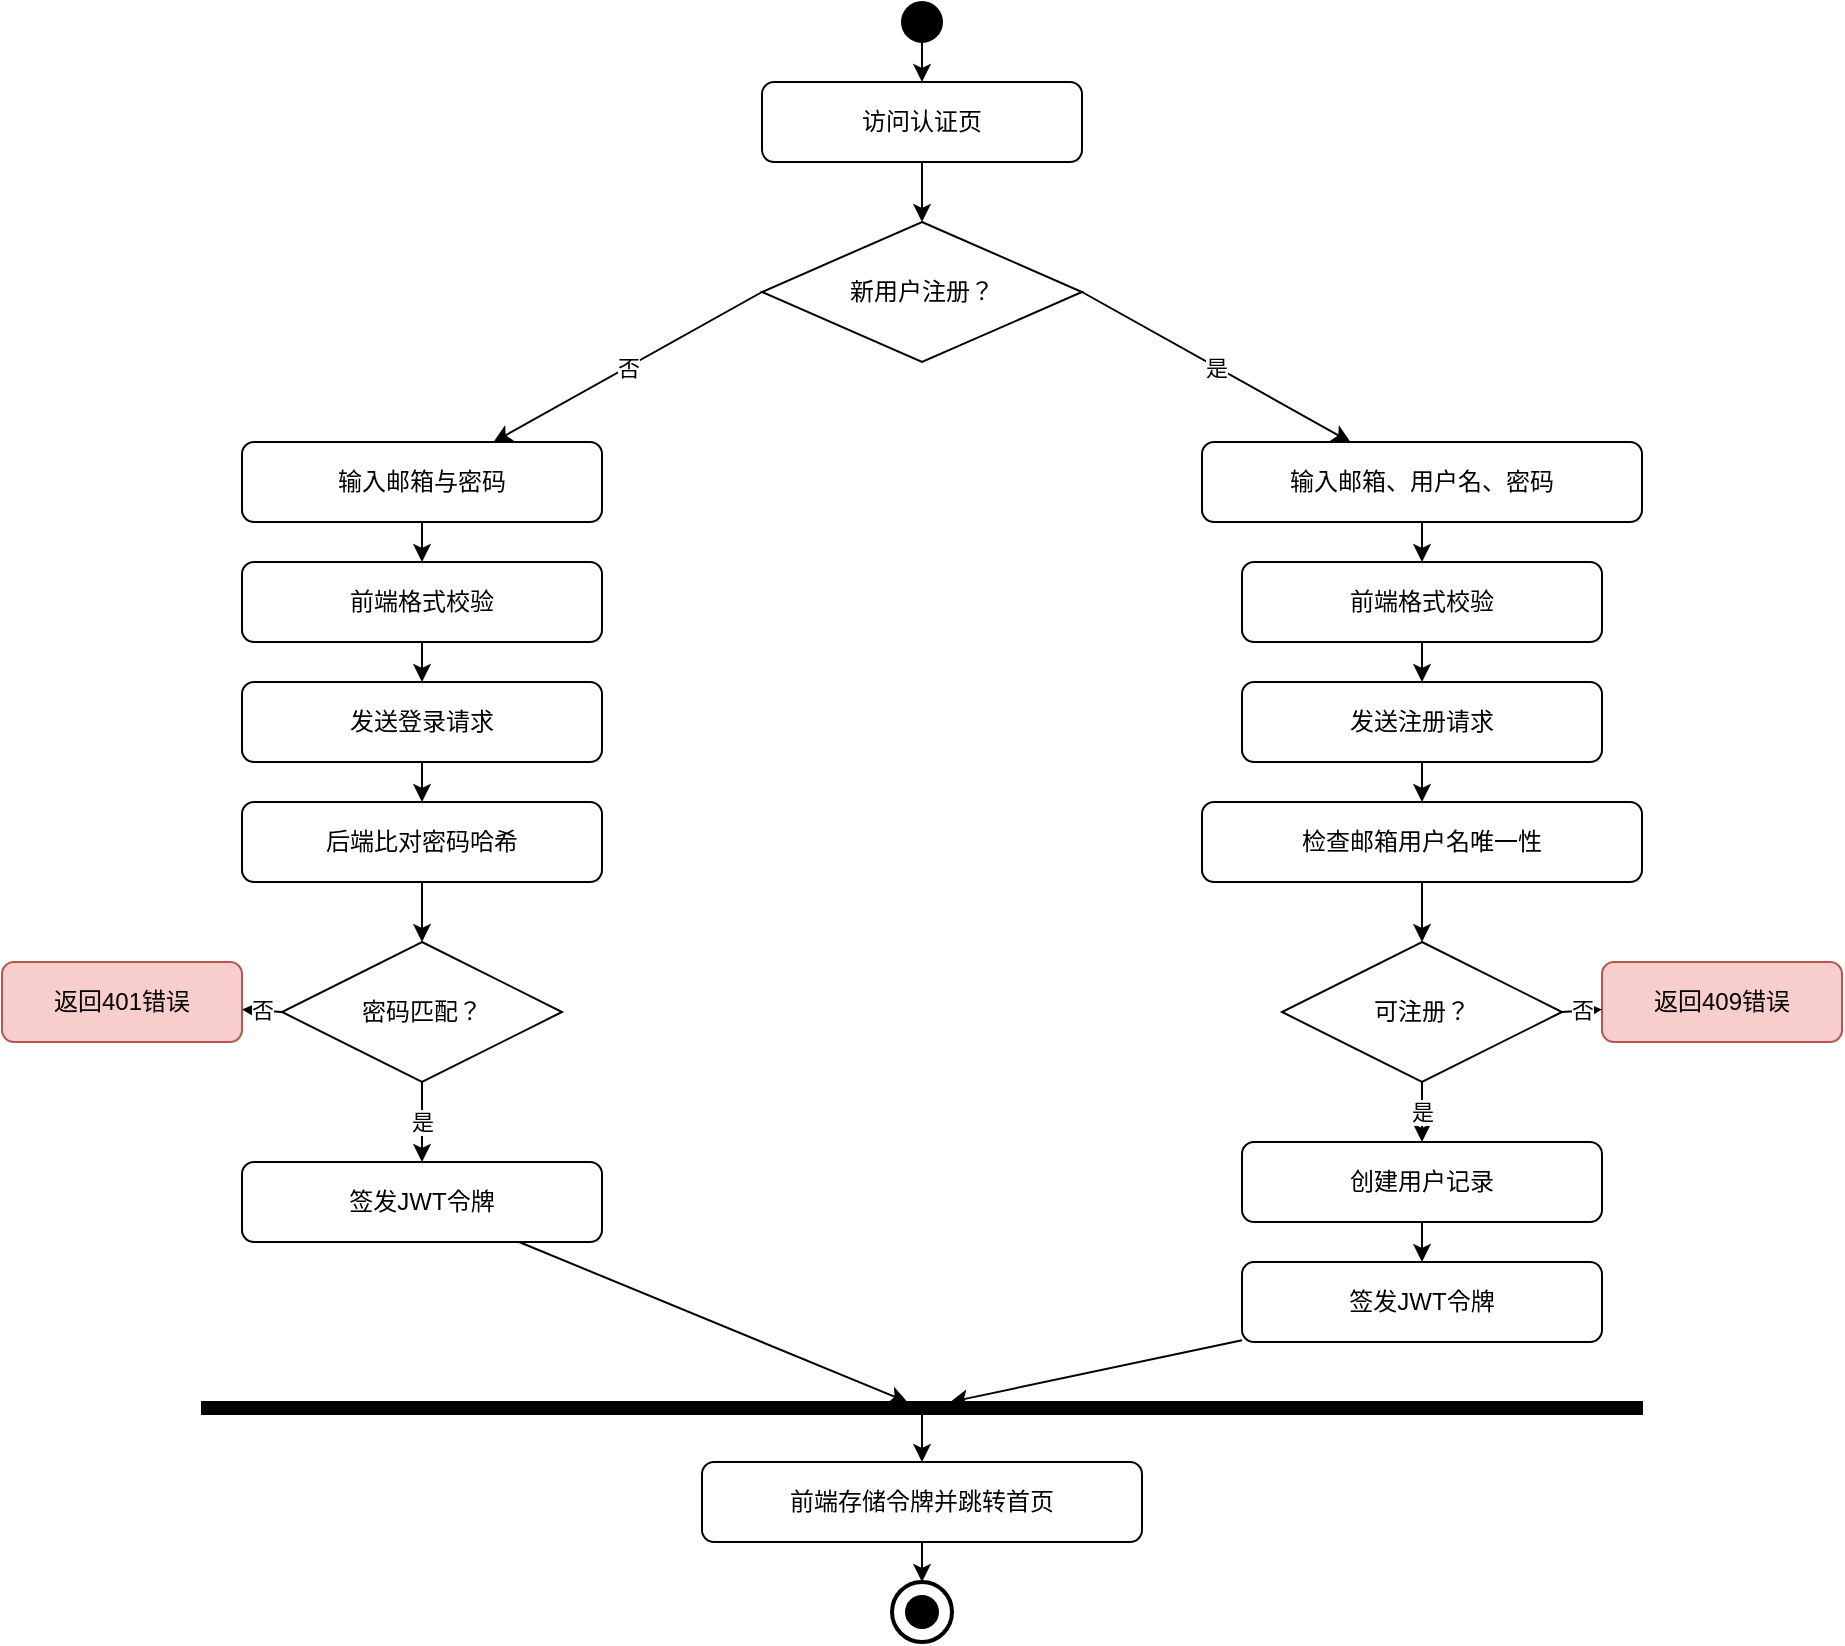
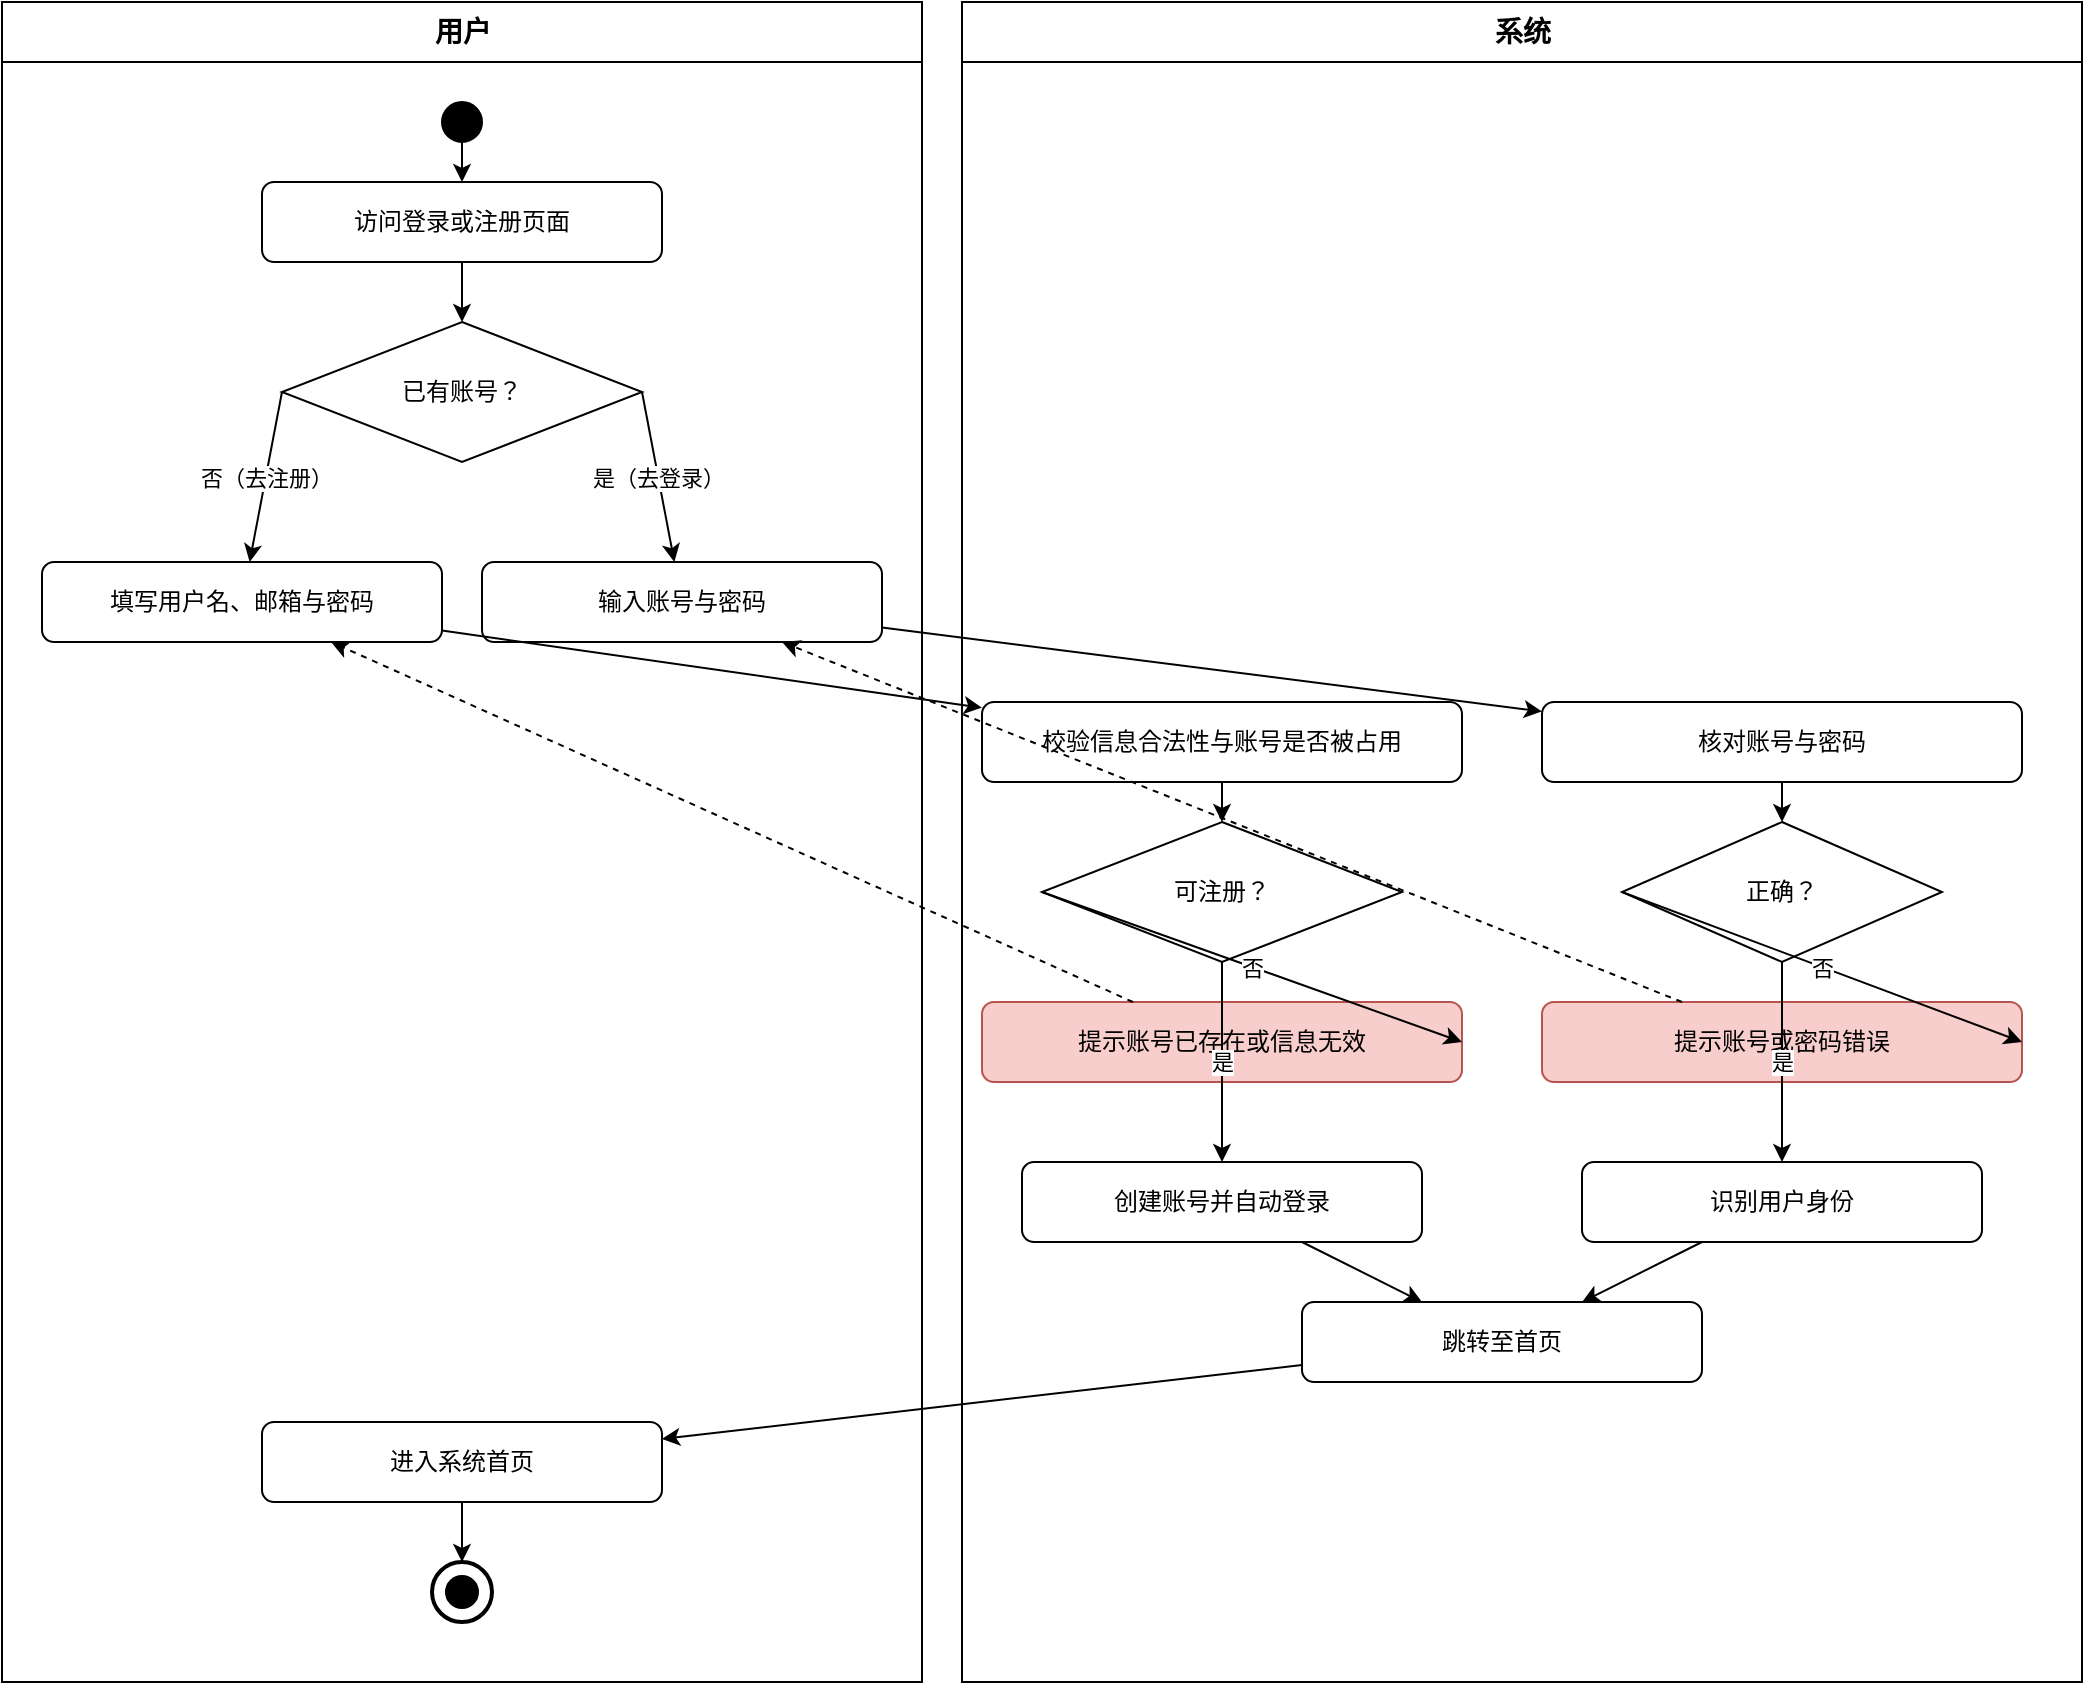
<mxfile host="app.diagrams.net" type="device">
  <diagram name="用户注册登录活动图" id="actLogin">
-     <mxGraphModel dx="1100" dy="900" grid="1" gridSize="10" guides="1" tooltips="1" connect="1" arrows="1" fold="1" page="1" pageScale="1" pageWidth="950" pageHeight="900" math="0" shadow="0">
+     <mxGraphModel dx="1100" dy="900" grid="1" gridSize="10" guides="1" tooltips="1" connect="1" arrows="1" fold="1" page="1" pageScale="1" pageWidth="1100" pageHeight="900" math="0" shadow="0">
      <root>
        <mxCell id="0"/>
        <mxCell id="1" parent="0"/>
-         <mxCell id="n1" value="" style="ellipse;whiteSpace=wrap;html=1;fillColor=#000000;strokeColor=#000000;" vertex="1" parent="1"><mxGeometry x="450" y="20" width="20" height="20" as="geometry"/></mxCell>
-         <mxCell id="n2" value="访问认证页" style="rounded=1;whiteSpace=wrap;html=1;fontSize=12;" vertex="1" parent="1"><mxGeometry x="380" y="60" width="160" height="40" as="geometry"/></mxCell>
-         <mxCell id="n3" value="新用户注册？" style="rhombus;whiteSpace=wrap;html=1;fontSize=12;" vertex="1" parent="1"><mxGeometry x="380" y="130" width="160" height="70" as="geometry"/></mxCell>
-         <mxCell id="n4" value="输入邮箱与密码" style="rounded=1;whiteSpace=wrap;html=1;fontSize=12;" vertex="1" parent="1"><mxGeometry x="120" y="240" width="180" height="40" as="geometry"/></mxCell>
-         <mxCell id="n5" value="前端格式校验" style="rounded=1;whiteSpace=wrap;html=1;fontSize=12;" vertex="1" parent="1"><mxGeometry x="120" y="300" width="180" height="40" as="geometry"/></mxCell>
-         <mxCell id="n6" value="发送登录请求" style="rounded=1;whiteSpace=wrap;html=1;fontSize=12;" vertex="1" parent="1"><mxGeometry x="120" y="360" width="180" height="40" as="geometry"/></mxCell>
-         <mxCell id="n7" value="后端比对密码哈希" style="rounded=1;whiteSpace=wrap;html=1;fontSize=12;" vertex="1" parent="1"><mxGeometry x="120" y="420" width="180" height="40" as="geometry"/></mxCell>
-         <mxCell id="n8" value="密码匹配？" style="rhombus;whiteSpace=wrap;html=1;fontSize=12;" vertex="1" parent="1"><mxGeometry x="140" y="490" width="140" height="70" as="geometry"/></mxCell>
-         <mxCell id="n9" value="返回401错误" style="rounded=1;whiteSpace=wrap;html=1;fillColor=#f8cecc;strokeColor=#b85450;fontSize=12;" vertex="1" parent="1"><mxGeometry x="0" y="500" width="120" height="40" as="geometry"/></mxCell>
-         <mxCell id="n10" value="签发JWT令牌" style="rounded=1;whiteSpace=wrap;html=1;fontSize=12;" vertex="1" parent="1"><mxGeometry x="120" y="600" width="180" height="40" as="geometry"/></mxCell>
-         <mxCell id="n11" value="输入邮箱、用户名、密码" style="rounded=1;whiteSpace=wrap;html=1;fontSize=12;" vertex="1" parent="1"><mxGeometry x="600" y="240" width="220" height="40" as="geometry"/></mxCell>
-         <mxCell id="n12" value="前端格式校验" style="rounded=1;whiteSpace=wrap;html=1;fontSize=12;" vertex="1" parent="1"><mxGeometry x="620" y="300" width="180" height="40" as="geometry"/></mxCell>
-         <mxCell id="n13" value="发送注册请求" style="rounded=1;whiteSpace=wrap;html=1;fontSize=12;" vertex="1" parent="1"><mxGeometry x="620" y="360" width="180" height="40" as="geometry"/></mxCell>
-         <mxCell id="n14" value="检查邮箱用户名唯一性" style="rounded=1;whiteSpace=wrap;html=1;fontSize=12;" vertex="1" parent="1"><mxGeometry x="600" y="420" width="220" height="40" as="geometry"/></mxCell>
-         <mxCell id="n15" value="可注册？" style="rhombus;whiteSpace=wrap;html=1;fontSize=12;" vertex="1" parent="1"><mxGeometry x="640" y="490" width="140" height="70" as="geometry"/></mxCell>
-         <mxCell id="n16" value="返回409错误" style="rounded=1;whiteSpace=wrap;html=1;fillColor=#f8cecc;strokeColor=#b85450;fontSize=12;" vertex="1" parent="1"><mxGeometry x="800" y="500" width="120" height="40" as="geometry"/></mxCell>
-         <mxCell id="n17" value="创建用户记录" style="rounded=1;whiteSpace=wrap;html=1;fontSize=12;" vertex="1" parent="1"><mxGeometry x="620" y="590" width="180" height="40" as="geometry"/></mxCell>
-         <mxCell id="n18" value="签发JWT令牌" style="rounded=1;whiteSpace=wrap;html=1;fontSize=12;" vertex="1" parent="1"><mxGeometry x="620" y="650" width="180" height="40" as="geometry"/></mxCell>
-         <mxCell id="n19" value="" style="rounded=0;whiteSpace=wrap;html=1;fillColor=#000000;strokeColor=#000000;" vertex="1" parent="1"><mxGeometry x="100" y="720" width="720" height="6" as="geometry"/></mxCell>
-         <mxCell id="n20" value="前端存储令牌并跳转首页" style="rounded=1;whiteSpace=wrap;html=1;fontSize=12;" vertex="1" parent="1"><mxGeometry x="350" y="750" width="220" height="40" as="geometry"/></mxCell>
-         <mxCell id="n21" value="" style="ellipse;whiteSpace=wrap;html=1;fillColor=#ffffff;strokeColor=#000000;strokeWidth=2;" vertex="1" parent="1"><mxGeometry x="445" y="810" width="30" height="30" as="geometry"/></mxCell>
-         <mxCell id="n22" value="" style="ellipse;whiteSpace=wrap;html=1;fillColor=#000000;strokeColor=#000000;" vertex="1" parent="1"><mxGeometry x="452" y="817" width="16" height="16" as="geometry"/></mxCell>
-         <mxCell id="g1" style="endArrow=classic;html=1;" edge="1" parent="1" source="n1" target="n2"><mxGeometry relative="1" as="geometry"/></mxCell>
-         <mxCell id="g2" style="endArrow=classic;html=1;" edge="1" parent="1" source="n2" target="n3"><mxGeometry relative="1" as="geometry"/></mxCell>
-         <mxCell id="g3" value="否" style="endArrow=classic;html=1;exitX=0;exitY=0.5;exitDx=0;exitDy=0;" edge="1" parent="1" source="n3" target="n4"><mxGeometry relative="1" as="geometry"/></mxCell>
-         <mxCell id="g4" value="是" style="endArrow=classic;html=1;exitX=1;exitY=0.5;exitDx=0;exitDy=0;" edge="1" parent="1" source="n3" target="n11"><mxGeometry relative="1" as="geometry"/></mxCell>
-         <mxCell id="g5" style="endArrow=classic;html=1;" edge="1" parent="1" source="n4" target="n5"><mxGeometry relative="1" as="geometry"/></mxCell>
-         <mxCell id="g6" style="endArrow=classic;html=1;" edge="1" parent="1" source="n5" target="n6"><mxGeometry relative="1" as="geometry"/></mxCell>
-         <mxCell id="g7" style="endArrow=classic;html=1;" edge="1" parent="1" source="n6" target="n7"><mxGeometry relative="1" as="geometry"/></mxCell>
-         <mxCell id="g8" style="endArrow=classic;html=1;" edge="1" parent="1" source="n7" target="n8"><mxGeometry relative="1" as="geometry"/></mxCell>
-         <mxCell id="g9" value="否" style="endArrow=classic;html=1;exitX=0;exitY=0.5;exitDx=0;exitDy=0;" edge="1" parent="1" source="n8" target="n9"><mxGeometry relative="1" as="geometry"/></mxCell>
-         <mxCell id="g10" value="是" style="endArrow=classic;html=1;" edge="1" parent="1" source="n8" target="n10"><mxGeometry relative="1" as="geometry"/></mxCell>
-         <mxCell id="g11" style="endArrow=classic;html=1;" edge="1" parent="1" source="n11" target="n12"><mxGeometry relative="1" as="geometry"/></mxCell>
-         <mxCell id="g12" style="endArrow=classic;html=1;" edge="1" parent="1" source="n12" target="n13"><mxGeometry relative="1" as="geometry"/></mxCell>
-         <mxCell id="g13" style="endArrow=classic;html=1;" edge="1" parent="1" source="n13" target="n14"><mxGeometry relative="1" as="geometry"/></mxCell>
-         <mxCell id="g14" style="endArrow=classic;html=1;" edge="1" parent="1" source="n14" target="n15"><mxGeometry relative="1" as="geometry"/></mxCell>
-         <mxCell id="g15" value="是" style="endArrow=classic;html=1;" edge="1" parent="1" source="n15" target="n17"><mxGeometry relative="1" as="geometry"/></mxCell>
-         <mxCell id="g16" value="否" style="endArrow=classic;html=1;exitX=1;exitY=0.5;exitDx=0;exitDy=0;" edge="1" parent="1" source="n15" target="n16"><mxGeometry relative="1" as="geometry"/></mxCell>
-         <mxCell id="g17" style="endArrow=classic;html=1;" edge="1" parent="1" source="n17" target="n18"><mxGeometry relative="1" as="geometry"/></mxCell>
-         <mxCell id="g18" style="endArrow=classic;html=1;" edge="1" parent="1" source="n10" target="n19"><mxGeometry relative="1" as="geometry"/></mxCell>
-         <mxCell id="g19" style="endArrow=classic;html=1;" edge="1" parent="1" source="n18" target="n19"><mxGeometry relative="1" as="geometry"/></mxCell>
-         <mxCell id="g20" style="endArrow=classic;html=1;" edge="1" parent="1" source="n19" target="n20"><mxGeometry relative="1" as="geometry"/></mxCell>
-         <mxCell id="g21" style="endArrow=classic;html=1;" edge="1" parent="1" source="n20" target="n21"><mxGeometry relative="1" as="geometry"/></mxCell>
+         <mxCell id="lu" value="用户" style="swimlane;html=1;startSize=30;horizontal=1;fontSize=14;fontStyle=1;fillColor=#ffffff;strokeColor=#000000;swimlaneFillColor=#ffffff;" vertex="1" parent="1"><mxGeometry x="20" y="20" width="460" height="840" as="geometry"/></mxCell>
+         <mxCell id="ls" value="系统" style="swimlane;html=1;startSize=30;horizontal=1;fontSize=14;fontStyle=1;fillColor=#ffffff;strokeColor=#000000;swimlaneFillColor=#ffffff;" vertex="1" parent="1"><mxGeometry x="500" y="20" width="560" height="840" as="geometry"/></mxCell>
+         <mxCell id="u_start" value="" style="ellipse;html=1;fillColor=#000000;strokeColor=#000000;" vertex="1" parent="lu"><mxGeometry x="220" y="50" width="20" height="20" as="geometry"/></mxCell>
+         <mxCell id="u_visit" value="访问登录或注册页面" style="rounded=1;whiteSpace=wrap;html=1;fontSize=12;" vertex="1" parent="lu"><mxGeometry x="130" y="90" width="200" height="40" as="geometry"/></mxCell>
+         <mxCell id="u_dec" value="已有账号？" style="rhombus;whiteSpace=wrap;html=1;fontSize=12;" vertex="1" parent="lu"><mxGeometry x="140" y="160" width="180" height="70" as="geometry"/></mxCell>
+         <mxCell id="u_reg" value="填写用户名、邮箱与密码" style="rounded=1;whiteSpace=wrap;html=1;fontSize=12;" vertex="1" parent="lu"><mxGeometry x="20" y="280" width="200" height="40" as="geometry"/></mxCell>
+         <mxCell id="u_log" value="输入账号与密码" style="rounded=1;whiteSpace=wrap;html=1;fontSize=12;" vertex="1" parent="lu"><mxGeometry x="240" y="280" width="200" height="40" as="geometry"/></mxCell>
+         <mxCell id="u_home" value="进入系统首页" style="rounded=1;whiteSpace=wrap;html=1;fontSize=12;" vertex="1" parent="lu"><mxGeometry x="130" y="710" width="200" height="40" as="geometry"/></mxCell>
+         <mxCell id="u_end_outer" value="" style="ellipse;html=1;fillColor=#ffffff;strokeColor=#000000;strokeWidth=2;" vertex="1" parent="lu"><mxGeometry x="215" y="780" width="30" height="30" as="geometry"/></mxCell>
+         <mxCell id="u_end_inner" value="" style="ellipse;html=1;fillColor=#000000;strokeColor=#000000;" vertex="1" parent="lu"><mxGeometry x="222" y="787" width="16" height="16" as="geometry"/></mxCell>
+         <mxCell id="s_reg_check" value="校验信息合法性与账号是否被占用" style="rounded=1;whiteSpace=wrap;html=1;fontSize=12;" vertex="1" parent="ls"><mxGeometry x="10" y="350" width="240" height="40" as="geometry"/></mxCell>
+         <mxCell id="s_reg_dec" value="可注册？" style="rhombus;whiteSpace=wrap;html=1;fontSize=12;" vertex="1" parent="ls"><mxGeometry x="40" y="410" width="180" height="70" as="geometry"/></mxCell>
+         <mxCell id="s_reg_err" value="提示账号已存在或信息无效" style="rounded=1;whiteSpace=wrap;html=1;fillColor=#f8cecc;strokeColor=#b85450;fontSize=12;" vertex="1" parent="ls"><mxGeometry x="10" y="500" width="240" height="40" as="geometry"/></mxCell>
+         <mxCell id="s_reg_ok" value="创建账号并自动登录" style="rounded=1;whiteSpace=wrap;html=1;fontSize=12;" vertex="1" parent="ls"><mxGeometry x="30" y="580" width="200" height="40" as="geometry"/></mxCell>
+         <mxCell id="s_log_check" value="核对账号与密码" style="rounded=1;whiteSpace=wrap;html=1;fontSize=12;" vertex="1" parent="ls"><mxGeometry x="290" y="350" width="240" height="40" as="geometry"/></mxCell>
+         <mxCell id="s_log_dec" value="正确？" style="rhombus;whiteSpace=wrap;html=1;fontSize=12;" vertex="1" parent="ls"><mxGeometry x="330" y="410" width="160" height="70" as="geometry"/></mxCell>
+         <mxCell id="s_log_err" value="提示账号或密码错误" style="rounded=1;whiteSpace=wrap;html=1;fillColor=#f8cecc;strokeColor=#b85450;fontSize=12;" vertex="1" parent="ls"><mxGeometry x="290" y="500" width="240" height="40" as="geometry"/></mxCell>
+         <mxCell id="s_log_ok" value="识别用户身份" style="rounded=1;whiteSpace=wrap;html=1;fontSize=12;" vertex="1" parent="ls"><mxGeometry x="310" y="580" width="200" height="40" as="geometry"/></mxCell>
+         <mxCell id="s_join" value="跳转至首页" style="rounded=1;whiteSpace=wrap;html=1;fontSize=12;" vertex="1" parent="ls"><mxGeometry x="170" y="650" width="200" height="40" as="geometry"/></mxCell>
+         <mxCell id="e1" style="endArrow=classic;html=1;" edge="1" parent="1" source="u_start" target="u_visit"><mxGeometry relative="1" as="geometry"/></mxCell>
+         <mxCell id="e2" style="endArrow=classic;html=1;" edge="1" parent="1" source="u_visit" target="u_dec"><mxGeometry relative="1" as="geometry"/></mxCell>
+         <mxCell id="e3" value="否（去注册）" style="endArrow=classic;html=1;exitX=0;exitY=0.5;exitDx=0;exitDy=0;" edge="1" parent="1" source="u_dec" target="u_reg"><mxGeometry relative="1" as="geometry"/></mxCell>
+         <mxCell id="e4" value="是（去登录）" style="endArrow=classic;html=1;exitX=1;exitY=0.5;exitDx=0;exitDy=0;" edge="1" parent="1" source="u_dec" target="u_log"><mxGeometry relative="1" as="geometry"/></mxCell>
+         <mxCell id="e5" style="endArrow=classic;html=1;" edge="1" parent="1" source="u_reg" target="s_reg_check"><mxGeometry relative="1" as="geometry"/></mxCell>
+         <mxCell id="e6" style="endArrow=classic;html=1;" edge="1" parent="1" source="s_reg_check" target="s_reg_dec"><mxGeometry relative="1" as="geometry"/></mxCell>
+         <mxCell id="e7" value="否" style="endArrow=classic;html=1;exitX=0;exitY=0.5;exitDx=0;exitDy=0;entryX=1;entryY=0.5;entryDx=0;entryDy=0;" edge="1" parent="1" source="s_reg_dec" target="s_reg_err"><mxGeometry relative="1" as="geometry"/></mxCell>
+         <mxCell id="e8" value="是" style="endArrow=classic;html=1;exitX=0.5;exitY=1;exitDx=0;exitDy=0;" edge="1" parent="1" source="s_reg_dec" target="s_reg_ok"><mxGeometry relative="1" as="geometry"/></mxCell>
+         <mxCell id="e9" style="endArrow=classic;html=1;dashed=1;" edge="1" parent="1" source="s_reg_err" target="u_reg"><mxGeometry relative="1" as="geometry"/></mxCell>
+         <mxCell id="e10" style="endArrow=classic;html=1;" edge="1" parent="1" source="s_reg_ok" target="s_join"><mxGeometry relative="1" as="geometry"/></mxCell>
+         <mxCell id="e11" style="endArrow=classic;html=1;" edge="1" parent="1" source="u_log" target="s_log_check"><mxGeometry relative="1" as="geometry"/></mxCell>
+         <mxCell id="e12" style="endArrow=classic;html=1;" edge="1" parent="1" source="s_log_check" target="s_log_dec"><mxGeometry relative="1" as="geometry"/></mxCell>
+         <mxCell id="e13" value="否" style="endArrow=classic;html=1;exitX=0;exitY=0.5;exitDx=0;exitDy=0;entryX=1;entryY=0.5;entryDx=0;entryDy=0;" edge="1" parent="1" source="s_log_dec" target="s_log_err"><mxGeometry relative="1" as="geometry"/></mxCell>
+         <mxCell id="e14" value="是" style="endArrow=classic;html=1;exitX=0.5;exitY=1;exitDx=0;exitDy=0;" edge="1" parent="1" source="s_log_dec" target="s_log_ok"><mxGeometry relative="1" as="geometry"/></mxCell>
+         <mxCell id="e15" style="endArrow=classic;html=1;dashed=1;" edge="1" parent="1" source="s_log_err" target="u_log"><mxGeometry relative="1" as="geometry"/></mxCell>
+         <mxCell id="e16" style="endArrow=classic;html=1;" edge="1" parent="1" source="s_log_ok" target="s_join"><mxGeometry relative="1" as="geometry"/></mxCell>
+         <mxCell id="e17" style="endArrow=classic;html=1;" edge="1" parent="1" source="s_join" target="u_home"><mxGeometry relative="1" as="geometry"/></mxCell>
+         <mxCell id="e18" style="endArrow=classic;html=1;" edge="1" parent="1" source="u_home" target="u_end_outer"><mxGeometry relative="1" as="geometry"/></mxCell>
      </root>
    </mxGraphModel>
  </diagram>
</mxfile>
